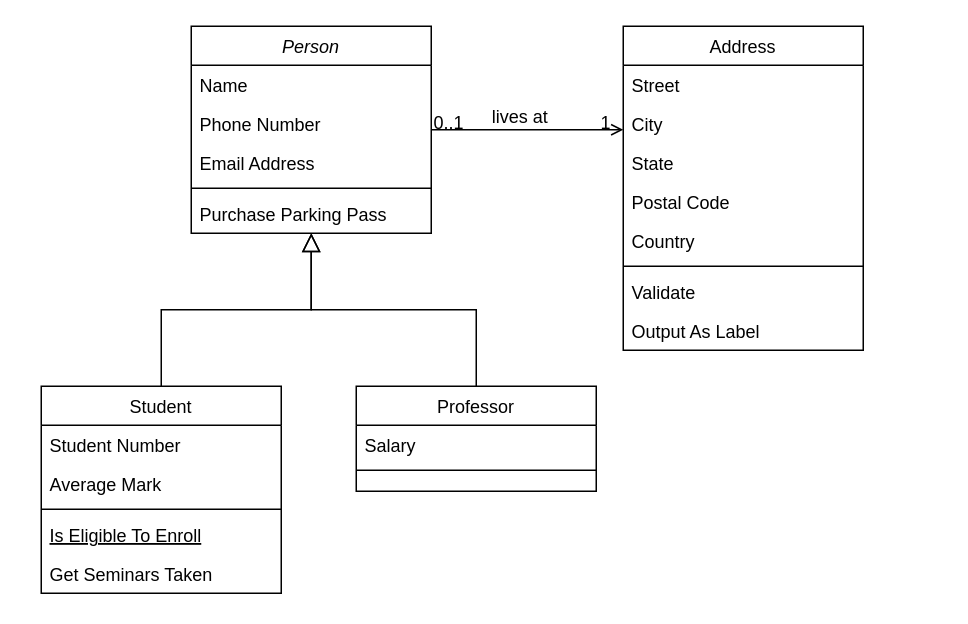
Above: 未命名绘图.drawio in DreamyMH/DreamyMH (draw.io), before the change. Source tidied: cells renumbered, new cells numbered last; positions are measured from the earlier drawing's top-left corner, leaving out a move shared by most shapes. Both pictures are drawn from the tidied source at 150%, with x=0, y=0 at pixel (40, 26).
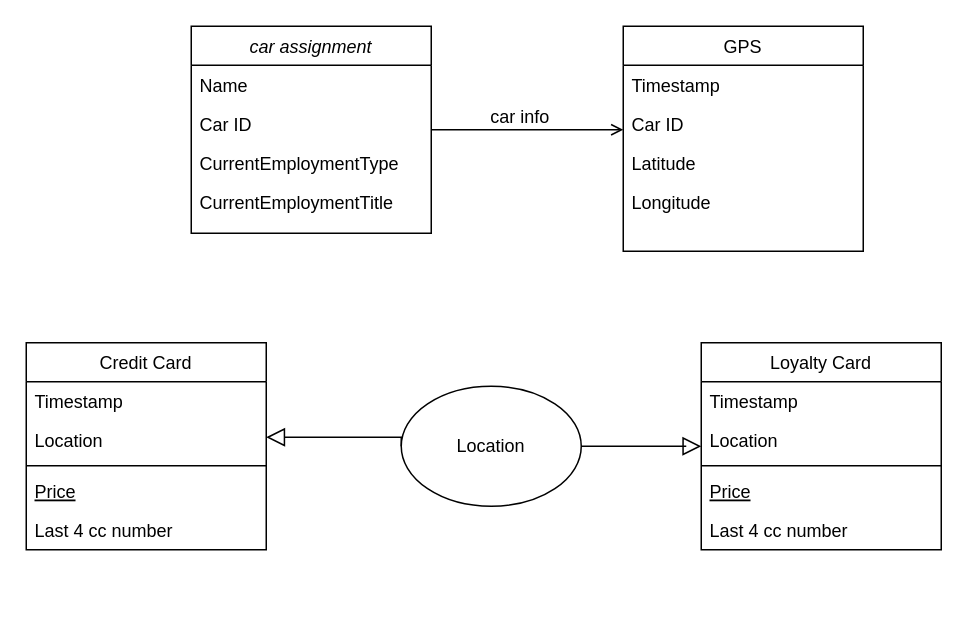
The same page after the edit.

Commit message (it also covers changes not shown here):
更新未命名绘图.drawio

The change refers to these unchanged cells:
```xml
<mxCell id="28" style="endArrow=open;shadow=0;strokeWidth=1;rounded=0;curved=0;endFill=1;edgeStyle=elbowEdgeStyle;elbow=vertical;" parent="1" edge="1" source="2" target="19">
  <mxGeometry x="0.5" y="41" relative="1" as="geometry">
    <mxPoint x="-40" y="32" as="offset" />
  </mxGeometry>
</mxCell>
```

Change to the diagram source:
```diff
@@
-    <mxCell id="2" value="Person" style="swimlane;fontStyle=2;align=center;verticalAlign=top;horizontal=1;startSize=26;rounded=0;shadow=0;strokeWidth=1;" parent="1" vertex="1">
+    <mxCell id="2" value="car assignment" style="swimlane;fontStyle=2;align=center;verticalAlign=top;horizontal=1;startSize=26;rounded=0;shadow=0;strokeWidth=1;" parent="1" vertex="1">
       <mxGeometry x="100" width="160" height="138" as="geometry" />
     </mxCell>
@@
-    <mxCell id="4" value="Phone Number" style="text;align=left;verticalAlign=top;spacingLeft=4;spacingRight=4;overflow=hidden;rounded=0;shadow=0;html=0;" parent="2" vertex="1">
+    <mxCell id="4" value="Car ID" style="text;align=left;verticalAlign=top;spacingLeft=4;spacingRight=4;overflow=hidden;rounded=0;shadow=0;html=0;" parent="2" vertex="1">
       <mxGeometry y="52" width="160" height="26" as="geometry" />
     </mxCell>
-    <mxCell id="5" value="Email Address" style="text;align=left;verticalAlign=top;spacingLeft=4;spacingRight=4;overflow=hidden;rounded=0;shadow=0;html=0;" parent="2" vertex="1">
+    <mxCell id="5" value="CurrentEmploymentType" style="text;align=left;verticalAlign=top;spacingLeft=4;spacingRight=4;overflow=hidden;rounded=0;shadow=0;html=0;" parent="2" vertex="1">
       <mxGeometry y="78" width="160" height="26" as="geometry" />
     </mxCell>
-    <mxCell id="6" style="line;html=1;strokeWidth=1;align=left;verticalAlign=middle;spacingTop=-1;spacingLeft=3;spacingRight=3;labelPosition=right;" parent="2" vertex="1">
-      <mxGeometry y="104" width="160" height="8" as="geometry" />
-    </mxCell>
-    <mxCell id="7" value="Purchase Parking Pass" style="text;align=left;verticalAlign=top;spacingLeft=4;spacingRight=4;overflow=hidden;" parent="2" vertex="1">
-      <mxGeometry y="112" width="160" height="26" as="geometry" />
-    </mxCell>
+    <mxCell id="32" value="CurrentEmploymentTitle" style="text;align=left;verticalAlign=top;spacingLeft=4;spacingRight=4;overflow=hidden;rounded=0;shadow=0;html=0;" parent="2" vertex="1">
+      <mxGeometry y="104" width="160" height="26" as="geometry" />
+    </mxCell>
-    <mxCell id="8" value="Student" style="swimlane;fontStyle=0;align=center;verticalAlign=top;horizontal=1;startSize=26;rounded=0;shadow=0;strokeWidth=1;" parent="1" vertex="1">
-      <mxGeometry y="240" width="160" height="138" as="geometry" />
+    <mxCell id="8" value="Credit Card" style="swimlane;fontStyle=0;align=center;verticalAlign=top;horizontal=1;startSize=26;rounded=0;shadow=0;strokeWidth=1;" parent="1" vertex="1">
+      <mxGeometry x="-10" y="211" width="160" height="138" as="geometry" />
     </mxCell>
-    <mxCell id="9" value="Student Number" style="text;align=left;verticalAlign=top;spacingLeft=4;spacingRight=4;overflow=hidden;" parent="8" vertex="1">
+    <mxCell id="9" value="Timestamp" style="text;align=left;verticalAlign=top;spacingLeft=4;spacingRight=4;overflow=hidden;" parent="8" vertex="1">
       <mxGeometry y="26" width="160" height="26" as="geometry" />
     </mxCell>
-    <mxCell id="10" value="Average Mark" style="text;align=left;verticalAlign=top;spacingLeft=4;spacingRight=4;overflow=hidden;rounded=0;shadow=0;html=0;" parent="8" vertex="1">
+    <mxCell id="10" value="Location" style="text;align=left;verticalAlign=top;spacingLeft=4;spacingRight=4;overflow=hidden;rounded=0;shadow=0;html=0;" parent="8" vertex="1">
       <mxGeometry y="52" width="160" height="26" as="geometry" />
     </mxCell>
@@
-    <mxCell id="12" value="Is Eligible To Enroll" style="text;align=left;verticalAlign=top;spacingLeft=4;spacingRight=4;overflow=hidden;fontStyle=4;" parent="8" vertex="1">
+    <mxCell id="12" value="Price" style="text;align=left;verticalAlign=top;spacingLeft=4;spacingRight=4;overflow=hidden;fontStyle=4;" parent="8" vertex="1">
       <mxGeometry y="86" width="160" height="26" as="geometry" />
     </mxCell>
-    <mxCell id="13" value="Get Seminars Taken" style="text;align=left;verticalAlign=top;spacingLeft=4;spacingRight=4;overflow=hidden;" parent="8" vertex="1">
+    <mxCell id="13" value="Last 4 cc number" style="text;align=left;verticalAlign=top;spacingLeft=4;spacingRight=4;overflow=hidden;" parent="8" vertex="1">
       <mxGeometry y="112" width="160" height="26" as="geometry" />
     </mxCell>
-    <mxCell id="14" style="endArrow=block;endSize=10;endFill=0;shadow=0;strokeWidth=1;rounded=0;curved=0;edgeStyle=elbowEdgeStyle;elbow=vertical;" parent="1" edge="1" source="8" target="2">
-      <mxGeometry relative="1" as="geometry" />
-    </mxCell>
-    <mxCell id="15" value="Professor" style="swimlane;fontStyle=0;align=center;verticalAlign=top;horizontal=1;startSize=26;rounded=0;shadow=0;strokeWidth=1;" parent="1" vertex="1">
-      <mxGeometry x="210" y="240" width="160" height="70" as="geometry" />
-    </mxCell>
-    <mxCell id="16" value="Salary" style="text;align=left;verticalAlign=top;spacingLeft=4;spacingRight=4;overflow=hidden;" parent="15" vertex="1">
-      <mxGeometry y="26" width="160" height="26" as="geometry" />
-    </mxCell>
-    <mxCell id="17" style="line;html=1;strokeWidth=1;align=left;verticalAlign=middle;spacingTop=-1;spacingLeft=3;spacingRight=3;labelPosition=right;" parent="15" vertex="1">
-      <mxGeometry y="52" width="160" height="8" as="geometry" />
-    </mxCell>
-    <mxCell id="18" style="endArrow=block;endSize=10;endFill=0;shadow=0;strokeWidth=1;rounded=0;curved=0;edgeStyle=elbowEdgeStyle;elbow=vertical;" parent="1" edge="1" source="15" target="2">
-      <mxGeometry relative="1" as="geometry" />
+    <mxCell id="18" style="endArrow=block;endSize=10;endFill=0;shadow=0;strokeWidth=1;rounded=0;curved=0;edgeStyle=elbowEdgeStyle;elbow=vertical;exitX=1;exitY=0.5;exitDx=0;exitDy=0;" parent="1" edge="1" source="34">
+      <mxGeometry relative="1" as="geometry">
+        <mxPoint x="440" y="280" as="targetPoint" />
+        <Array as="points">
+          <mxPoint x="430" y="280" />
+        </Array>
+      </mxGeometry>
     </mxCell>
-    <mxCell id="19" value="Address" style="swimlane;fontStyle=0;align=center;verticalAlign=top;horizontal=1;startSize=26;rounded=0;shadow=0;strokeWidth=1;" parent="1" vertex="1">
-      <mxGeometry x="388" width="160" height="216" as="geometry" />
+    <mxCell id="19" value="GPS" style="swimlane;fontStyle=0;align=center;verticalAlign=top;horizontal=1;startSize=26;rounded=0;shadow=0;strokeWidth=1;" parent="1" vertex="1">
+      <mxGeometry x="388" width="160" height="150" as="geometry" />
     </mxCell>
-    <mxCell id="20" value="Street" style="text;align=left;verticalAlign=top;spacingLeft=4;spacingRight=4;overflow=hidden;" parent="19" vertex="1">
+    <mxCell id="20" value="Timestamp" style="text;align=left;verticalAlign=top;spacingLeft=4;spacingRight=4;overflow=hidden;" parent="19" vertex="1">
       <mxGeometry y="26" width="160" height="26" as="geometry" />
     </mxCell>
-    <mxCell id="21" value="City" style="text;align=left;verticalAlign=top;spacingLeft=4;spacingRight=4;overflow=hidden;rounded=0;shadow=0;html=0;" parent="19" vertex="1">
+    <mxCell id="21" value="Car ID" style="text;align=left;verticalAlign=top;spacingLeft=4;spacingRight=4;overflow=hidden;rounded=0;shadow=0;html=0;" parent="19" vertex="1">
       <mxGeometry y="52" width="160" height="26" as="geometry" />
     </mxCell>
-    <mxCell id="22" value="State" style="text;align=left;verticalAlign=top;spacingLeft=4;spacingRight=4;overflow=hidden;rounded=0;shadow=0;html=0;" parent="19" vertex="1">
+    <mxCell id="22" value="Latitude" style="text;align=left;verticalAlign=top;spacingLeft=4;spacingRight=4;overflow=hidden;rounded=0;shadow=0;html=0;" parent="19" vertex="1">
       <mxGeometry y="78" width="160" height="26" as="geometry" />
     </mxCell>
-    <mxCell id="23" value="Postal Code" style="text;align=left;verticalAlign=top;spacingLeft=4;spacingRight=4;overflow=hidden;rounded=0;shadow=0;html=0;" parent="19" vertex="1">
-      <mxGeometry y="104" width="160" height="26" as="geometry" />
-    </mxCell>
-    <mxCell id="24" value="Country" style="text;align=left;verticalAlign=top;spacingLeft=4;spacingRight=4;overflow=hidden;rounded=0;shadow=0;html=0;" parent="19" vertex="1">
-      <mxGeometry y="130" width="160" height="26" as="geometry" />
-    </mxCell>
-    <mxCell id="25" style="line;html=1;strokeWidth=1;align=left;verticalAlign=middle;spacingTop=-1;spacingLeft=3;spacingRight=3;labelPosition=right;" parent="19" vertex="1">
-      <mxGeometry y="156" width="160" height="8" as="geometry" />
-    </mxCell>
-    <mxCell id="26" value="Validate" style="text;align=left;verticalAlign=top;spacingLeft=4;spacingRight=4;overflow=hidden;" parent="19" vertex="1">
-      <mxGeometry y="164" width="160" height="26" as="geometry" />
-    </mxCell>
-    <mxCell id="27" value="Output As Label" style="text;align=left;verticalAlign=top;spacingLeft=4;spacingRight=4;overflow=hidden;" parent="19" vertex="1">
-      <mxGeometry y="190" width="160" height="26" as="geometry" />
-    </mxCell>
+    <mxCell id="33" value="Longitude" style="text;align=left;verticalAlign=top;spacingLeft=4;spacingRight=4;overflow=hidden;rounded=0;shadow=0;html=0;" parent="19" vertex="1">
+      <mxGeometry y="104" width="160" height="26" as="geometry" />
+    </mxCell>
@@
-    <mxCell id="29" value="0..1" style="align=left;verticalAlign=bottom;labelBackgroundColor=none;fontSize=12;" parent="28" vertex="1">
-      <mxGeometry x="-1" relative="1" as="geometry">
-        <mxPoint y="4" as="offset" />
-      </mxGeometry>
-    </mxCell>
-    <mxCell id="30" value="1" style="align=right;verticalAlign=bottom;labelBackgroundColor=none;fontSize=12;" parent="28" vertex="1">
-      <mxGeometry x="1" relative="1" as="geometry">
-        <mxPoint x="-7" y="4" as="offset" />
-      </mxGeometry>
-    </mxCell>
-    <mxCell id="31" value="lives at" style="text;html=1;align=center;verticalAlign=middle;labelBackgroundColor=none;rounded=0;shadow=0;strokeWidth=1;fontSize=12;" parent="28" vertex="1">
+    <mxCell id="31" value="car info" style="text;html=1;align=center;verticalAlign=middle;labelBackgroundColor=none;rounded=0;shadow=0;strokeWidth=1;fontSize=12;" parent="28" vertex="1">
       <mxGeometry x="0.5" y="49" relative="1" as="geometry">
         <mxPoint x="-38" y="40" as="offset" />
       </mxGeometry>
     </mxCell>
+    <mxCell id="34" value="Location" style="ellipse;whiteSpace=wrap;html=1;" parent="1" vertex="1">
+      <mxGeometry x="240" y="240" width="120" height="80" as="geometry" />
+    </mxCell>
+    <mxCell id="35" style="endArrow=block;endSize=10;endFill=0;shadow=0;strokeWidth=1;rounded=0;curved=0;edgeStyle=elbowEdgeStyle;elbow=vertical;exitX=0;exitY=0.5;exitDx=0;exitDy=0;" parent="1" edge="1" source="34">
+      <mxGeometry relative="1" as="geometry">
+        <mxPoint x="150" y="274" as="targetPoint" />
+        <Array as="points">
+          <mxPoint x="200" y="274" />
+        </Array>
+      </mxGeometry>
+    </mxCell>
+    <mxCell id="36" value="Loyalty Card" style="swimlane;fontStyle=0;align=center;verticalAlign=top;horizontal=1;startSize=26;rounded=0;shadow=0;strokeWidth=1;" parent="1" vertex="1">
+      <mxGeometry x="440" y="211" width="160" height="138" as="geometry" />
+    </mxCell>
+    <mxCell id="37" value="Timestamp" style="text;align=left;verticalAlign=top;spacingLeft=4;spacingRight=4;overflow=hidden;" parent="36" vertex="1">
+      <mxGeometry y="26" width="160" height="26" as="geometry" />
+    </mxCell>
+    <mxCell id="38" value="Location" style="text;align=left;verticalAlign=top;spacingLeft=4;spacingRight=4;overflow=hidden;rounded=0;shadow=0;html=0;" parent="36" vertex="1">
+      <mxGeometry y="52" width="160" height="26" as="geometry" />
+    </mxCell>
+    <mxCell id="39" style="line;html=1;strokeWidth=1;align=left;verticalAlign=middle;spacingTop=-1;spacingLeft=3;spacingRight=3;labelPosition=right;" parent="36" vertex="1">
+      <mxGeometry y="78" width="160" height="8" as="geometry" />
+    </mxCell>
+    <mxCell id="40" value="Price" style="text;align=left;verticalAlign=top;spacingLeft=4;spacingRight=4;overflow=hidden;fontStyle=4;" parent="36" vertex="1">
+      <mxGeometry y="86" width="160" height="26" as="geometry" />
+    </mxCell>
+    <mxCell id="41" value="Last 4 cc number" style="text;align=left;verticalAlign=top;spacingLeft=4;spacingRight=4;overflow=hidden;" parent="36" vertex="1">
+      <mxGeometry y="112" width="160" height="26" as="geometry" />
+    </mxCell>
```
